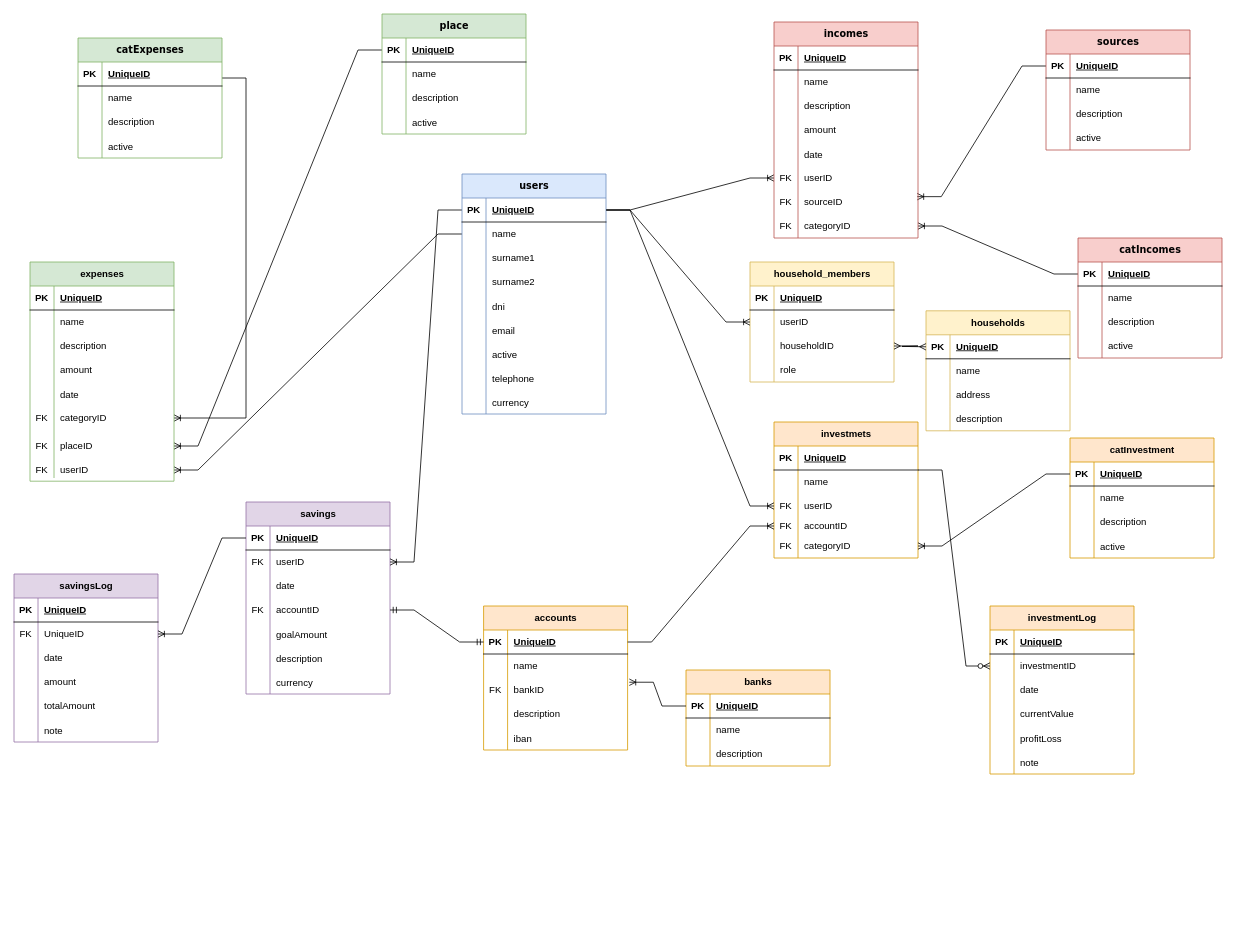
Before: assets/e-r.drawio in mimarben/economy, a draw.io diagram. Source tidied: cells renumbered, new cells numbered last; positions are measured from the earlier drawing's top-left corner, leaving out a move shared by most shapes. Both pictures are drawn from the tidied source at 80%, with x=0, y=0 at pixel (14, 14).
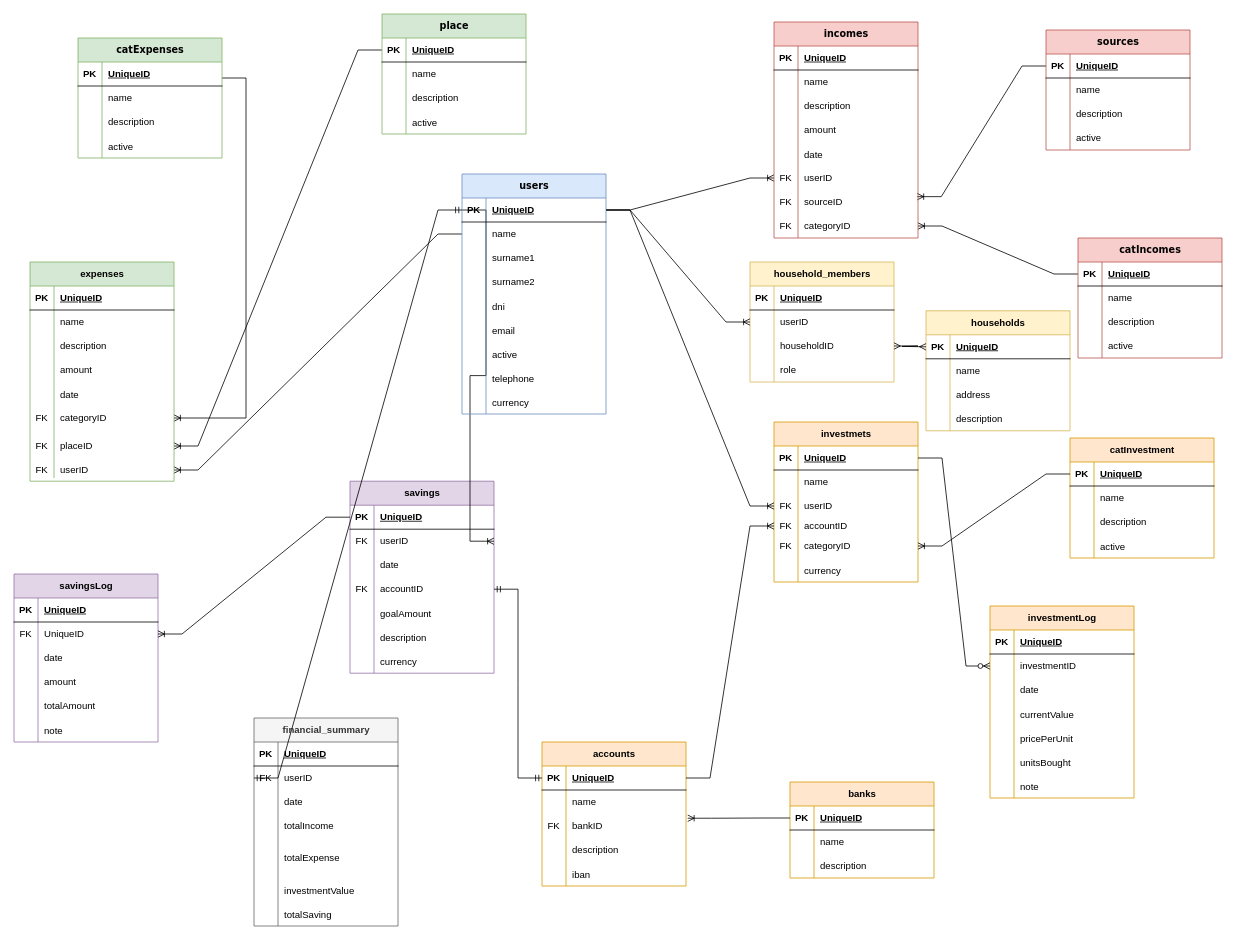
After the change.

Unchanged cells that the change refers to:
```xml
<mxCell id="95" style="shape=tableRow;horizontal=0;startSize=0;swimlaneHead=0;swimlaneBody=0;fillColor=none;points=[[0,0.5],[1,0.5]];portConstraint=eastwest;top=0;left=0;right=0;bottom=1;" parent="94" vertex="1">
  <mxGeometry y="30" width="180" height="30" as="geometry" />
</mxCell>
<mxCell id="187" style="shape=tableRow;horizontal=0;startSize=0;swimlaneHead=0;swimlaneBody=0;fillColor=none;points=[[0,0.5],[1,0.5]];portConstraint=eastwest;top=0;left=0;right=0;bottom=1;" parent="186" vertex="1">
  <mxGeometry y="30" width="180" height="30" as="geometry" />
</mxCell>
<mxCell id="273" style="shape=tableRow;horizontal=0;startSize=0;swimlaneHead=0;swimlaneBody=0;fillColor=none;points=[[0,0.5],[1,0.5]];portConstraint=eastwest;top=0;left=0;right=0;bottom=0;" parent="269" vertex="1">
  <mxGeometry y="60" width="180" height="30" as="geometry" />
</mxCell>
<mxCell id="282" style="shape=tableRow;horizontal=0;startSize=0;swimlaneHead=0;swimlaneBody=0;fillColor=none;top=0;left=0;right=0;bottom=0;" parent="269" vertex="1">
  <mxGeometry y="150" width="180" height="30" as="geometry" />
</mxCell>
```

What changed in the source:
```diff
@@
     <mxCell id="84" value="banks" style="shape=table;startSize=30;childLayout=tableLayout;rowLines=0;fontStyle=1;align=center;html=1;fillColor=#ffe6cc;strokeColor=#d79b00;" parent="1" vertex="1">
-      <mxGeometry x="840" y="820" width="180" height="120" as="geometry" />
+      <mxGeometry x="970" y="960" width="180" height="120" as="geometry" />
     </mxCell>
@@
     <mxCell id="94" value="investmets" style="shape=table;startSize=30;childLayout=tableLayout;rowLines=0;fontStyle=1;align=center;html=1;fillColor=#ffe6cc;strokeColor=#d79b00;" parent="1" vertex="1">
-      <mxGeometry x="950" y="510" width="180" height="170" as="geometry" />
+      <mxGeometry x="950" y="510" width="180" height="200" as="geometry" />
     </mxCell>
@@
+    <mxCell id="289" style="shape=tableRow;horizontal=0;startSize=0;swimlaneHead=0;swimlaneBody=0;fillColor=none;top=0;left=0;right=0;bottom=0;" parent="94" vertex="1">
+      <mxGeometry y="170" width="180" height="30" as="geometry" />
+    </mxCell>
+    <mxCell id="290" style="shape=partialRectangle;fillColor=none;top=0;left=0;bottom=0;right=0;overflow=hidden;" parent="289" vertex="1">
+      <mxGeometry width="30" height="30" as="geometry" />
+    </mxCell>
+    <mxCell id="291" value="currency" style="shape=partialRectangle;fillColor=none;top=0;left=0;bottom=0;right=0;align=left;spacingLeft=6;overflow=hidden;" parent="289" vertex="1">
+      <mxGeometry x="30" width="150" height="30" as="geometry" />
+    </mxCell>
@@
     <mxCell id="125" value="savings" style="shape=table;startSize=30;childLayout=tableLayout;rowLines=0;fontStyle=1;align=center;html=1;fillColor=#e1d5e7;strokeColor=#9673a6;" parent="1" vertex="1">
-      <mxGeometry x="290" y="610" width="180" height="240" as="geometry" />
+      <mxGeometry x="420" y="584" width="180" height="240" as="geometry" />
     </mxCell>
@@
     <mxCell id="149" value="accounts" style="shape=table;startSize=30;childLayout=tableLayout;rowLines=0;fontStyle=1;align=center;html=1;fillColor=#ffe6cc;strokeColor=#d79b00;" parent="1" vertex="1">
-      <mxGeometry x="587" y="740" width="180" height="180" as="geometry" />
+      <mxGeometry x="660" y="910" width="180" height="180" as="geometry" />
     </mxCell>
@@
     <mxCell id="269" value="investmentLog" style="shape=table;startSize=30;childLayout=tableLayout;rowLines=0;fontStyle=1;align=center;html=1;fillColor=#ffe6cc;strokeColor=#d79b00;" parent="1" vertex="1">
-      <mxGeometry x="1220" y="740" width="180" height="210" as="geometry" />
+      <mxGeometry x="1220" y="740" width="180" height="240" as="geometry" />
     </mxCell>
@@
-    <mxCell id="279" style="shape=tableRow;horizontal=0;startSize=0;swimlaneHead=0;swimlaneBody=0;fillColor=none;top=0;left=0;right=0;bottom=0;" parent="269" vertex="1">
-      <mxGeometry y="120" width="180" height="30" as="geometry" />
-    </mxCell>
-    <mxCell id="280" style="shape=partialRectangle;fillColor=none;top=0;left=0;bottom=0;right=0;overflow=hidden;whiteSpace=wrap;html=1;" parent="279" vertex="1">
-      <mxGeometry width="30" height="30" as="geometry" />
-    </mxCell>
+    <mxCell id="292" style="shape=tableRow;horizontal=0;startSize=0;swimlaneHead=0;swimlaneBody=0;fillColor=none;top=0;left=0;right=0;bottom=0;" parent="269" vertex="1">
+      <mxGeometry y="120" width="180" height="30" as="geometry" />
+    </mxCell>
+    <mxCell id="293" style="shape=partialRectangle;fillColor=none;top=0;left=0;bottom=0;right=0;overflow=hidden;" parent="292" vertex="1">
+      <mxGeometry width="30" height="30" as="geometry" />
+    </mxCell>
-    <mxCell id="281" value="currentValue" style="shape=partialRectangle;fillColor=none;top=0;left=0;bottom=0;right=0;align=left;spacingLeft=6;overflow=hidden;whiteSpace=wrap;html=1;" parent="279" vertex="1">
+    <mxCell id="281" value="currentValue" style="shape=partialRectangle;fillColor=none;top=0;left=0;bottom=0;right=0;align=left;spacingLeft=6;overflow=hidden;" parent="292" vertex="1">
       <mxGeometry x="30" width="150" height="30" as="geometry" />
     </mxCell>
@@
-    <mxCell id="283" style="shape=partialRectangle;fillColor=none;top=0;left=0;bottom=0;right=0;overflow=hidden;" parent="282" vertex="1">
-      <mxGeometry width="30" height="30" as="geometry" />
-    </mxCell>
-    <mxCell id="284" value="profitLoss" style="shape=partialRectangle;fillColor=none;top=0;left=0;bottom=0;right=0;align=left;spacingLeft=6;overflow=hidden;" parent="282" vertex="1">
-      <mxGeometry x="30" width="150" height="30" as="geometry" />
-    </mxCell>
+    <mxCell id="294" style="shape=partialRectangle;fillColor=none;top=0;left=0;bottom=0;right=0;overflow=hidden;" parent="282" vertex="1">
+      <mxGeometry width="30" height="30" as="geometry" />
+    </mxCell>
+    <mxCell id="295" value="pricePerUnit" style="shape=partialRectangle;fillColor=none;top=0;left=0;bottom=0;right=0;align=left;spacingLeft=6;overflow=hidden;" parent="282" vertex="1">
+      <mxGeometry x="30" width="150" height="30" as="geometry" />
+    </mxCell>
+    <mxCell id="296" style="shape=tableRow;horizontal=0;startSize=0;swimlaneHead=0;swimlaneBody=0;fillColor=none;top=0;left=0;right=0;bottom=0;" parent="269" vertex="1">
+      <mxGeometry y="180" width="180" height="30" as="geometry" />
+    </mxCell>
+    <mxCell id="297" style="shape=partialRectangle;fillColor=none;top=0;left=0;bottom=0;right=0;overflow=hidden;" parent="296" vertex="1">
+      <mxGeometry width="30" height="30" as="geometry" />
+    </mxCell>
+    <mxCell id="298" value="unitsBought" style="shape=partialRectangle;fillColor=none;top=0;left=0;bottom=0;right=0;align=left;spacingLeft=6;overflow=hidden;" parent="296" vertex="1">
+      <mxGeometry x="30" width="150" height="30" as="geometry" />
+    </mxCell>
     <mxCell id="285" style="shape=tableRow;horizontal=0;startSize=0;swimlaneHead=0;swimlaneBody=0;fillColor=none;top=0;left=0;right=0;bottom=0;" parent="269" vertex="1">
-      <mxGeometry y="180" width="180" height="30" as="geometry" />
+      <mxGeometry y="210" width="180" height="30" as="geometry" />
     </mxCell>
@@
-    <mxCell id="288" style="edgeStyle=entityRelationEdgeStyle;fontSize=12;html=1;endArrow=ERzeroToMany;endFill=1;rounded=0;entryX=0;entryY=0.5;entryDx=0;entryDy=0;exitX=1;exitY=1;exitDx=0;exitDy=0;exitPerimeter=0;" parent="1" edge="1" source="95" target="273">
+    <mxCell id="288" style="edgeStyle=entityRelationEdgeStyle;fontSize=12;html=1;endArrow=ERzeroToMany;endFill=1;rounded=0;entryX=0;entryY=0.5;entryDx=0;entryDy=0;exitX=1;exitY=0.5;exitDx=0;exitDy=0;" parent="1" edge="1" source="95" target="273">
       <mxGeometry relative="1" as="geometry" />
     </mxCell>
+    <mxCell id="299" value="financial_summary" style="shape=table;startSize=30;childLayout=tableLayout;rowLines=0;fontStyle=1;align=center;html=1;fillColor=#f5f5f5;fontColor=#333333;strokeColor=#666666;" parent="1" vertex="1">
+      <mxGeometry x="300" y="880" width="180" height="260" as="geometry" />
+    </mxCell>
+    <mxCell id="300" style="shape=tableRow;horizontal=0;startSize=0;swimlaneHead=0;swimlaneBody=0;fillColor=none;top=0;left=0;right=0;bottom=1;" parent="299" vertex="1">
+      <mxGeometry y="30" width="180" height="30" as="geometry" />
+    </mxCell>
+    <mxCell id="301" value="PK" style="shape=partialRectangle;fillColor=none;top=0;left=0;bottom=0;right=0;fontStyle=1;overflow=hidden;whiteSpace=wrap;html=1;" parent="300" vertex="1">
+      <mxGeometry width="30" height="30" as="geometry" />
+    </mxCell>
+    <mxCell id="302" value="UniqueID" style="shape=partialRectangle;fillColor=none;top=0;left=0;bottom=0;right=0;align=left;spacingLeft=6;fontStyle=5;overflow=hidden;whiteSpace=wrap;html=1;" parent="300" vertex="1">
+      <mxGeometry x="30" width="150" height="30" as="geometry" />
+    </mxCell>
+    <mxCell id="303" style="shape=tableRow;horizontal=0;startSize=0;swimlaneHead=0;swimlaneBody=0;fillColor=none;points=[[0,0.5],[1,0.5]];portConstraint=eastwest;top=0;left=0;right=0;bottom=0;" parent="299" vertex="1">
+      <mxGeometry y="60" width="180" height="30" as="geometry" />
+    </mxCell>
+    <mxCell id="304" value="FK" style="shape=partialRectangle;fillColor=none;top=0;left=0;bottom=0;right=0;fontStyle=0;overflow=hidden;whiteSpace=wrap;html=1;" parent="303" vertex="1">
+      <mxGeometry width="30" height="30" as="geometry" />
+    </mxCell>
+    <mxCell id="305" value="userID" style="shape=partialRectangle;fillColor=none;top=0;left=0;bottom=0;right=0;align=left;spacingLeft=6;fontStyle=0;overflow=hidden;whiteSpace=wrap;html=1;" parent="303" vertex="1">
+      <mxGeometry x="30" width="150" height="30" as="geometry" />
+    </mxCell>
+    <mxCell id="306" style="shape=tableRow;horizontal=0;startSize=0;swimlaneHead=0;swimlaneBody=0;fillColor=none;top=0;left=0;right=0;bottom=0;" parent="299" vertex="1">
+      <mxGeometry y="90" width="180" height="30" as="geometry" />
+    </mxCell>
+    <mxCell id="307" style="shape=partialRectangle;fillColor=none;top=0;left=0;bottom=0;right=0;overflow=hidden;whiteSpace=wrap;html=1;" parent="306" vertex="1">
+      <mxGeometry width="30" height="30" as="geometry" />
+    </mxCell>
+    <mxCell id="308" value="date" style="shape=partialRectangle;fillColor=none;top=0;left=0;bottom=0;right=0;align=left;spacingLeft=6;overflow=hidden;whiteSpace=wrap;html=1;" parent="306" vertex="1">
+      <mxGeometry x="30" width="150" height="30" as="geometry" />
+    </mxCell>
+    <mxCell id="309" style="shape=tableRow;horizontal=0;startSize=0;swimlaneHead=0;swimlaneBody=0;fillColor=none;top=0;left=0;right=0;bottom=0;" parent="299" vertex="1">
+      <mxGeometry y="120" width="180" height="30" as="geometry" />
+    </mxCell>
+    <mxCell id="310" style="shape=partialRectangle;fillColor=none;top=0;left=0;bottom=0;right=0;overflow=hidden;whiteSpace=wrap;html=1;" parent="309" vertex="1">
+      <mxGeometry width="30" height="30" as="geometry" />
+    </mxCell>
+    <mxCell id="311" value="totalIncome" style="shape=partialRectangle;fillColor=none;top=0;left=0;bottom=0;right=0;align=left;spacingLeft=6;overflow=hidden;whiteSpace=wrap;html=1;" parent="309" vertex="1">
+      <mxGeometry x="30" width="150" height="30" as="geometry" />
+    </mxCell>
+    <mxCell id="312" style="shape=tableRow;horizontal=0;startSize=0;swimlaneHead=0;swimlaneBody=0;fillColor=none;top=0;left=0;right=0;bottom=0;" parent="299" vertex="1">
+      <mxGeometry y="150" width="180" height="50" as="geometry" />
+    </mxCell>
+    <mxCell id="313" style="shape=partialRectangle;fillColor=none;top=0;left=0;bottom=0;right=0;overflow=hidden;whiteSpace=wrap;html=1;" parent="312" vertex="1">
+      <mxGeometry width="30" height="50" as="geometry" />
+    </mxCell>
+    <mxCell id="314" value="totalExpense" style="shape=partialRectangle;fillColor=none;top=0;left=0;bottom=0;right=0;align=left;spacingLeft=6;overflow=hidden;whiteSpace=wrap;html=1;" parent="312" vertex="1">
+      <mxGeometry x="30" width="150" height="50" as="geometry" />
+    </mxCell>
+    <mxCell id="315" style="shape=tableRow;horizontal=0;startSize=0;swimlaneHead=0;swimlaneBody=0;fillColor=none;top=0;left=0;right=0;bottom=0;" parent="299" vertex="1">
+      <mxGeometry y="200" width="180" height="30" as="geometry" />
+    </mxCell>
+    <mxCell id="316" style="shape=partialRectangle;fillColor=none;top=0;left=0;bottom=0;right=0;overflow=hidden;" parent="315" vertex="1">
+      <mxGeometry width="30" height="30" as="geometry" />
+    </mxCell>
+    <mxCell id="317" value="investmentValue" style="shape=partialRectangle;fillColor=none;top=0;left=0;bottom=0;right=0;align=left;spacingLeft=6;overflow=hidden;" parent="315" vertex="1">
+      <mxGeometry x="30" width="150" height="30" as="geometry" />
+    </mxCell>
+    <mxCell id="318" style="shape=tableRow;horizontal=0;startSize=0;swimlaneHead=0;swimlaneBody=0;fillColor=none;top=0;left=0;right=0;bottom=0;" parent="299" vertex="1">
+      <mxGeometry y="230" width="180" height="30" as="geometry" />
+    </mxCell>
+    <mxCell id="319" style="shape=partialRectangle;fillColor=none;top=0;left=0;bottom=0;right=0;overflow=hidden;" parent="318" vertex="1">
+      <mxGeometry width="30" height="30" as="geometry" />
+    </mxCell>
+    <mxCell id="320" value="totalSaving" style="shape=partialRectangle;fillColor=none;top=0;left=0;bottom=0;right=0;align=left;spacingLeft=6;overflow=hidden;" parent="318" vertex="1">
+      <mxGeometry x="30" width="150" height="30" as="geometry" />
+    </mxCell>
+    <mxCell id="321" style="edgeStyle=entityRelationEdgeStyle;fontSize=12;html=1;endArrow=ERmandOne;startArrow=ERmandOne;rounded=0;entryX=0;entryY=0.5;entryDx=0;entryDy=0;" parent="1" edge="1" source="187" target="303">
+      <mxGeometry relative="1" as="geometry">
+        <Array as="points">
+          <mxPoint x="380" y="600" />
+        </Array>
+      </mxGeometry>
+    </mxCell>
```
